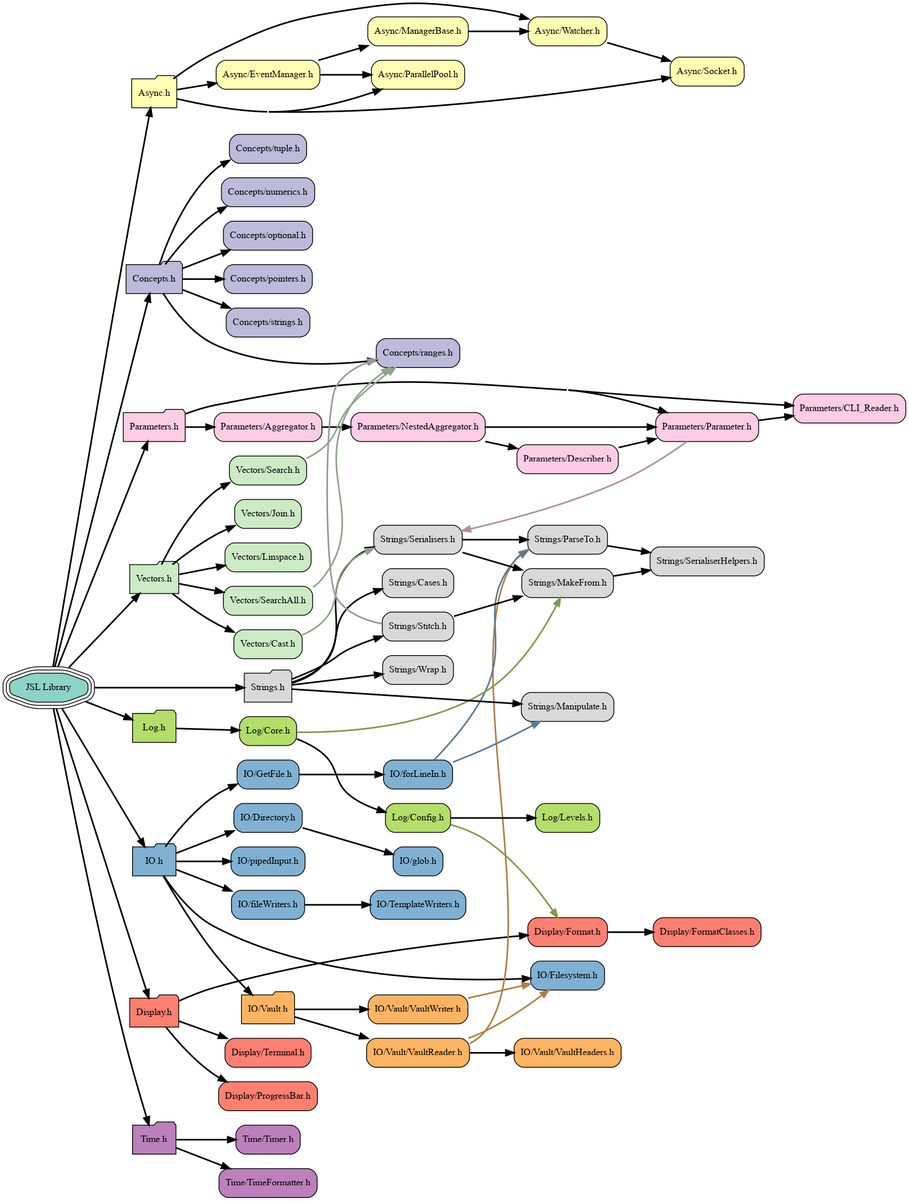
Earlier version of the Graphviz export docs/visualiser/heirarchy.png (DrFraserGovil/JSL). Its source is kept beside it as docs/visualiser/heirarchy.dot.
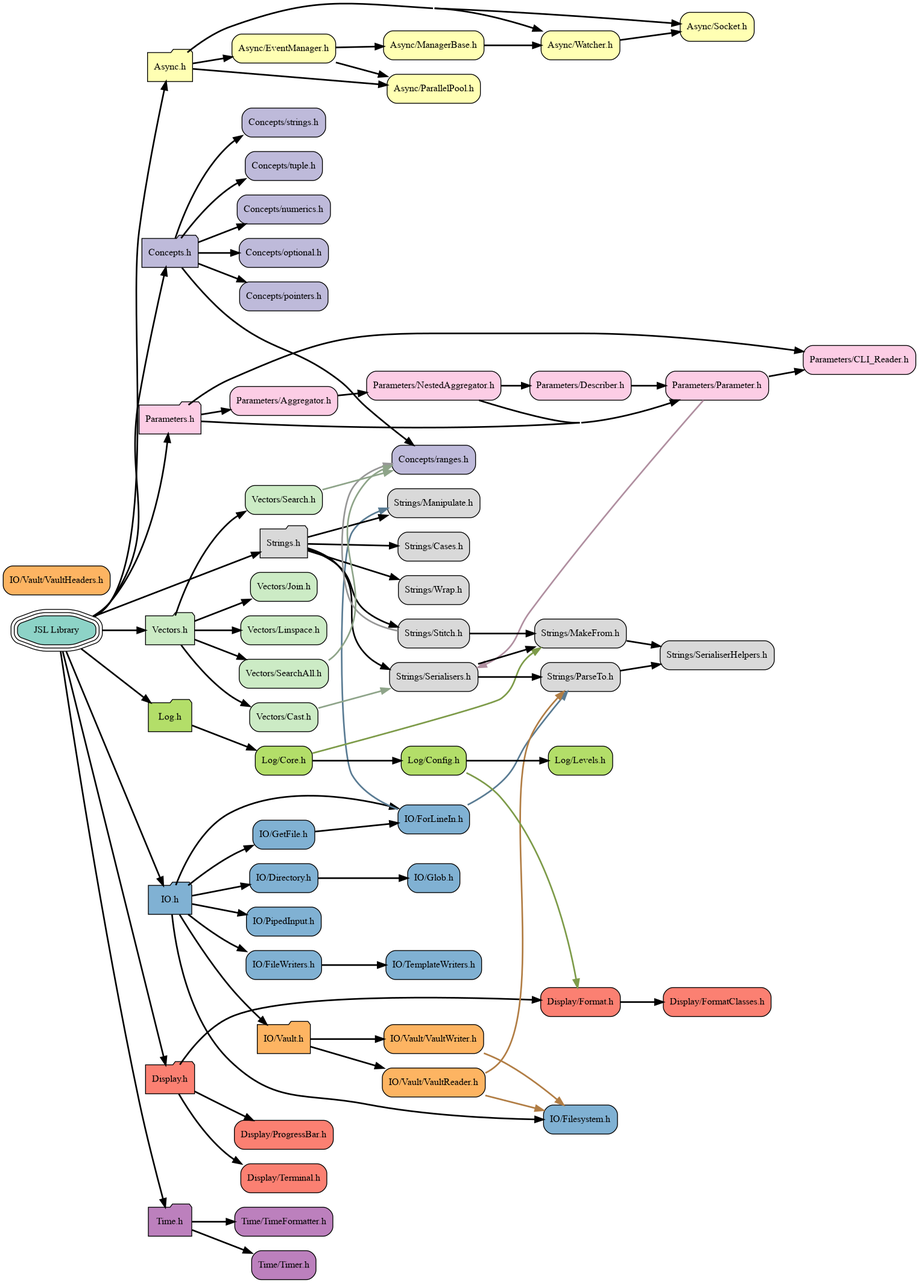
The same diagram one commit later.

Diff of the diagram source:
```diff
@@ -29,17 +29,17 @@
 	node[fillcolor="#fb8072", style="rounded,filled", shape=box, color="black"] "Display/Terminal.h"              [label="Display/Terminal.h"]
 	node[fillcolor="#80b1d3", style="rounded,filled", shape=folder, color="black"] "IO.h"                            [label="IO.h"]
 	node[fillcolor="#80b1d3", style="rounded,filled", shape=box, color="black"] "IO/Directory.h"                  [label="IO/Directory.h"]
+	node[fillcolor="#80b1d3", style="rounded,filled", shape=box, color="black"] "IO/FileWriters.h"                [label="IO/FileWriters.h"]
 	node[fillcolor="#80b1d3", style="rounded,filled", shape=box, color="black"] "IO/Filesystem.h"                 [label="IO/Filesystem.h"]
+	node[fillcolor="#80b1d3", style="rounded,filled", shape=box, color="black"] "IO/ForLineIn.h"                  [label="IO/ForLineIn.h"]
 	node[fillcolor="#80b1d3", style="rounded,filled", shape=box, color="black"] "IO/GetFile.h"                    [label="IO/GetFile.h"]
+	node[fillcolor="#80b1d3", style="rounded,filled", shape=box, color="black"] "IO/Glob.h"                       [label="IO/Glob.h"]
+	node[fillcolor="#80b1d3", style="rounded,filled", shape=box, color="black"] "IO/PipedInput.h"                 [label="IO/PipedInput.h"]
 	node[fillcolor="#80b1d3", style="rounded,filled", shape=box, color="black"] "IO/TemplateWriters.h"            [label="IO/TemplateWriters.h"]
 	node[fillcolor="#fdb462", style="rounded,filled", shape=folder, color="black"] "IO/Vault.h"                      [label="IO/Vault.h"]
 	node[fillcolor="#fdb462", style="rounded,filled", shape=box, color="black"] "IO/Vault/VaultHeaders.h"         [label="IO/Vault/VaultHeaders.h"]
 	node[fillcolor="#fdb462", style="rounded,filled", shape=box, color="black"] "IO/Vault/VaultReader.h"          [label="IO/Vault/VaultReader.h"]
 	node[fillcolor="#fdb462", style="rounded,filled", shape=box, color="black"] "IO/Vault/VaultWriter.h"          [label="IO/Vault/VaultWriter.h"]
-	node[fillcolor="#80b1d3", style="rounded,filled", shape=box, color="black"] "IO/fileWriters.h"                [label="IO/fileWriters.h"]
-	node[fillcolor="#80b1d3", style="rounded,filled", shape=box, color="black"] "IO/forLineIn.h"                  [label="IO/forLineIn.h"]
-	node[fillcolor="#80b1d3", style="rounded,filled", shape=box, color="black"] "IO/glob.h"                       [label="IO/glob.h"]
-	node[fillcolor="#80b1d3", style="rounded,filled", shape=box, color="black"] "IO/pipedInput.h"                 [label="IO/pipedInput.h"]
 	node[fillcolor="#b3de69", style="rounded,filled", shape=folder, color="black"] "Log.h"                           [label="Log.h"]
 	node[fillcolor="#b3de69", style="rounded,filled", shape=box, color="black"] "Log/Config.h"                    [label="Log/Config.h"]
 	node[fillcolor="#b3de69", style="rounded,filled", shape=box, color="black"] "Log/Core.h"                      [label="Log/Core.h"]
@@ -69,14 +69,14 @@
 	node[fillcolor="#ccebc5", style="rounded,filled", shape=box, color="black"] "Vectors/Search.h"                [label="Vectors/Search.h"]
 	node[fillcolor="#ccebc5", style="rounded,filled", shape=box, color="black"] "Vectors/SearchAll.h"             [label="Vectors/SearchAll.h"]
 	"JSL.h"                           -> "IO.h"[weight=10000,penwidth=2]
+	"JSL.h"                           -> "Strings.h"[weight=10000,penwidth=2]
+	"JSL.h"                           -> "Time.h"[weight=10000,penwidth=2]
 	"JSL.h"                           -> "Concepts.h"[weight=10000,penwidth=2]
-	"JSL.h"                           -> "Strings.h"[weight=10000,penwidth=2]
+	"JSL.h"                           -> "Display.h"[weight=10000,penwidth=2]
 	"JSL.h"                           -> "Vectors.h"[weight=10000,penwidth=2]
-	"JSL.h"                           -> "Async.h"[weight=10000,penwidth=2]
-	"JSL.h"                           -> "Display.h"[weight=10000,penwidth=2]
-	"JSL.h"                           -> "Time.h"[weight=10000,penwidth=2]
 	"JSL.h"                           -> "Parameters.h"[weight=10000,penwidth=2]
 	"JSL.h"                           -> "Log.h"[weight=10000,penwidth=2]
+	"JSL.h"                           -> "Async.h"[weight=10000,penwidth=2]
 	"Async.h"                         -> "Async/Socket.h"[weight=10000,penwidth=2]
 	"Async.h"                         -> "Async/Watcher.h"[weight=10000,penwidth=2]
 	"Async.h"                         -> "Async/EventManager.h"[weight=10000,penwidth=2]
@@ -87,31 +87,31 @@
 	"Async/Watcher.h"                 -> "Async/Socket.h"[weight=10000,penwidth=2]
 	"Concepts.h"                      -> "Concepts/numerics.h"[weight=10000,penwidth=2]
 	"Concepts.h"                      -> "Concepts/strings.h"[weight=10000,penwidth=2]
+	"Concepts.h"                      -> "Concepts/optional.h"[weight=10000,penwidth=2]
 	"Concepts.h"                      -> "Concepts/tuple.h"[weight=10000,penwidth=2]
+	"Concepts.h"                      -> "Concepts/pointers.h"[weight=10000,penwidth=2]
 	"Concepts.h"                      -> "Concepts/ranges.h"[weight=10000,penwidth=2]
-	"Concepts.h"                      -> "Concepts/optional.h"[weight=10000,penwidth=2]
-	"Concepts.h"                      -> "Concepts/pointers.h"[weight=10000,penwidth=2]
+	"Display.h"                       -> "Display/Terminal.h"[weight=10000,penwidth=2]
+	"Display.h"                       -> "Display/ProgressBar.h"[weight=10000,penwidth=2]
 	"Display.h"                       -> "Display/Format.h"[weight=10000,penwidth=2]
-	"Display.h"                       -> "Display/ProgressBar.h"[weight=10000,penwidth=2]
-	"Display.h"                       -> "Display/Terminal.h"[weight=10000,penwidth=2]
 	"Display/Format.h"                -> "Display/FormatClasses.h"[weight=10000,penwidth=2]
-	"IO.h"                            -> "IO/pipedInput.h"[weight=10000,penwidth=2]
-	"IO.h"                            -> "IO/fileWriters.h"[weight=10000,penwidth=2]
+	"IO.h"                            -> "IO/Directory.h"[weight=10000,penwidth=2]
+	"IO.h"                            -> "IO/ForLineIn.h"[weight=10000,penwidth=2]
+	"IO.h"                            -> "IO/Vault.h"[weight=10000,penwidth=2]
+	"IO.h"                            -> "IO/Filesystem.h"[weight=10000,penwidth=2]
 	"IO.h"                            -> "IO/GetFile.h"[weight=10000,penwidth=2]
-	"IO.h"                            -> "IO/Directory.h"[weight=10000,penwidth=2]
-	"IO.h"                            -> "IO/Filesystem.h"[weight=10000,penwidth=2]
-	"IO.h"                            -> "IO/Vault.h"[weight=10000,penwidth=2]
-	"IO/Directory.h"                  -> "IO/glob.h"[weight=10000,penwidth=2]
-	"IO/GetFile.h"                    -> "IO/forLineIn.h"[weight=10000,penwidth=2]
+	"IO.h"                            -> "IO/PipedInput.h"[weight=10000,penwidth=2]
+	"IO.h"                            -> "IO/FileWriters.h"[weight=10000,penwidth=2]
+	"IO/Directory.h"                  -> "IO/Glob.h"[weight=10000,penwidth=2]
+	"IO/FileWriters.h"                -> "IO/TemplateWriters.h"[weight=10000,penwidth=2]
+	"IO/ForLineIn.h"                  -> "Strings/ParseTo.h"[constraint=true,weight=0,penwidth=2,color="#597b93"]
+	"IO/ForLineIn.h"                  -> "Strings/Manipulate.h"[constraint=false,weight=0,penwidth=2,color="#597b93"]
+	"IO/GetFile.h"                    -> "IO/ForLineIn.h"[weight=10000,penwidth=2]
 	"IO/Vault.h"                      -> "IO/Vault/VaultWriter.h"[weight=10000,penwidth=2]
 	"IO/Vault.h"                      -> "IO/Vault/VaultReader.h"[weight=10000,penwidth=2]
 	"IO/Vault/VaultReader.h"          -> "Strings/ParseTo.h"[constraint=false,weight=0,penwidth=2,color="#b17d44"]
 	"IO/Vault/VaultReader.h"          -> "IO/Filesystem.h"[constraint=true,weight=0,penwidth=2,color="#b17d44"]
-	"IO/Vault/VaultReader.h"          -> "IO/Vault/VaultHeaders.h"[weight=10000,penwidth=2]
 	"IO/Vault/VaultWriter.h"          -> "IO/Filesystem.h"[constraint=true,weight=0,penwidth=2,color="#b17d44"]
-	"IO/fileWriters.h"                -> "IO/TemplateWriters.h"[weight=10000,penwidth=2]
-	"IO/forLineIn.h"                  -> "Strings/ParseTo.h"[constraint=false,weight=0,penwidth=2,color="#597b93"]
-	"IO/forLineIn.h"                  -> "Strings/Manipulate.h"[constraint=true,weight=0,penwidth=2,color="#597b93"]
 	"Log.h"                           -> "Log/Core.h"[weight=10000,penwidth=2]
 	"Log/Config.h"                    -> "Display/Format.h"[constraint=true,weight=0,penwidth=2,color="#7d9b49"]
 	"Log/Config.h"                    -> "Log/Levels.h"[weight=10000,penwidth=2]
@@ -135,8 +135,8 @@
 	"Strings/ParseTo.h"               -> "Strings/SerialiserHelpers.h"[weight=10000,penwidth=2]
 	"Strings/Serialisers.h"           -> "Strings/MakeFrom.h"[weight=10000,penwidth=2]
 	"Strings/Serialisers.h"           -> "Strings/ParseTo.h"[weight=10000,penwidth=2]
+	"Strings/Stitch.h"                -> "Strings/MakeFrom.h"[weight=10000,penwidth=2]
 	"Strings/Stitch.h"                -> "Concepts/ranges.h"[constraint=false,weight=0,penwidth=2,color="#979797"]
-	"Strings/Stitch.h"                -> "Strings/MakeFrom.h"[weight=10000,penwidth=2]
 	"Time.h"                          -> "Time/Timer.h"[weight=10000,penwidth=2]
 	"Time.h"                          -> "Time/TimeFormatter.h"[weight=10000,penwidth=2]
 	"Vectors.h"                       -> "Vectors/Cast.h"[weight=10000,penwidth=2]
```
